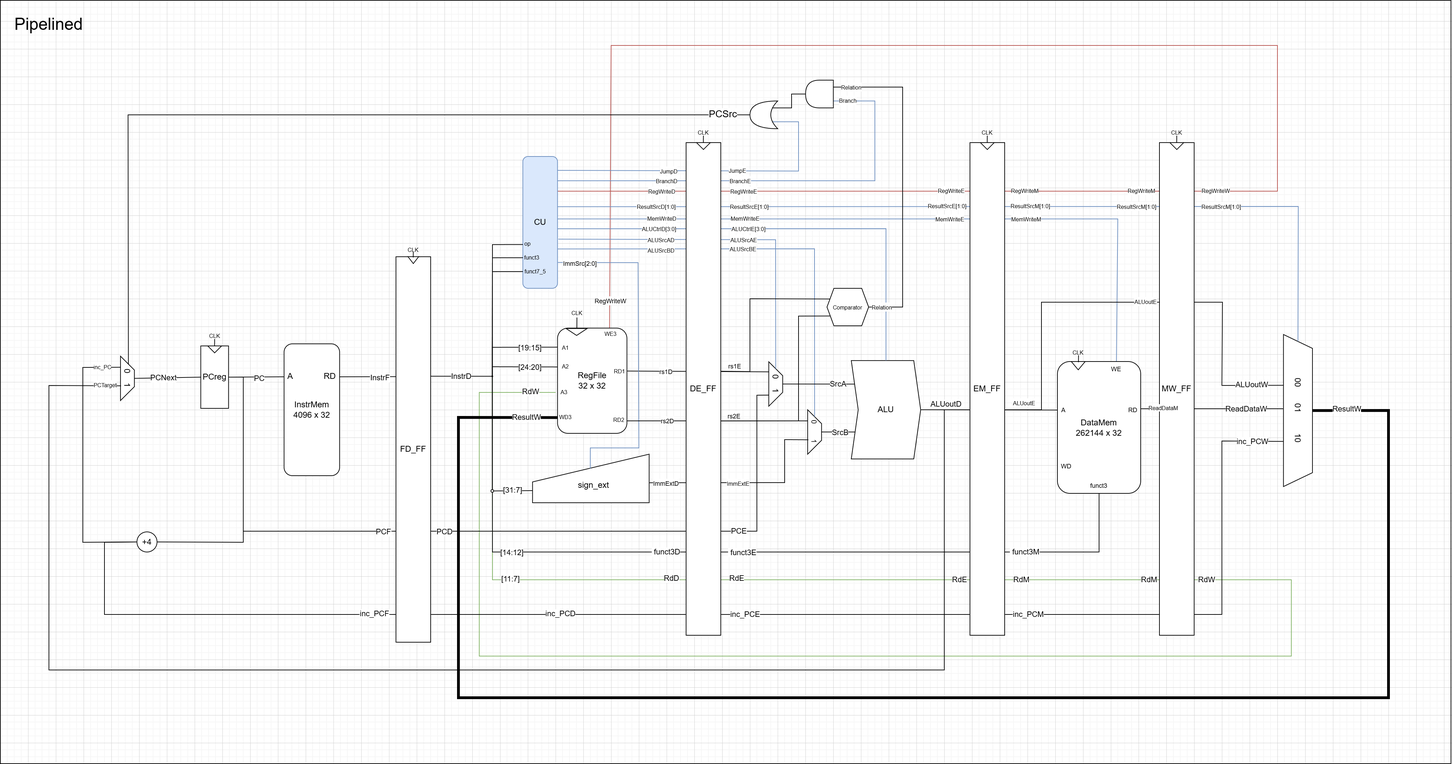
Above: images/RISCV_pipelined.png in Abeeekoala/IAC-Team-12 (draw.io), before the change. Source tidied: cells renumbered, new cells last; positions are measured from the earlier drawing's top-left corner, leaving out a move shared by most shapes.
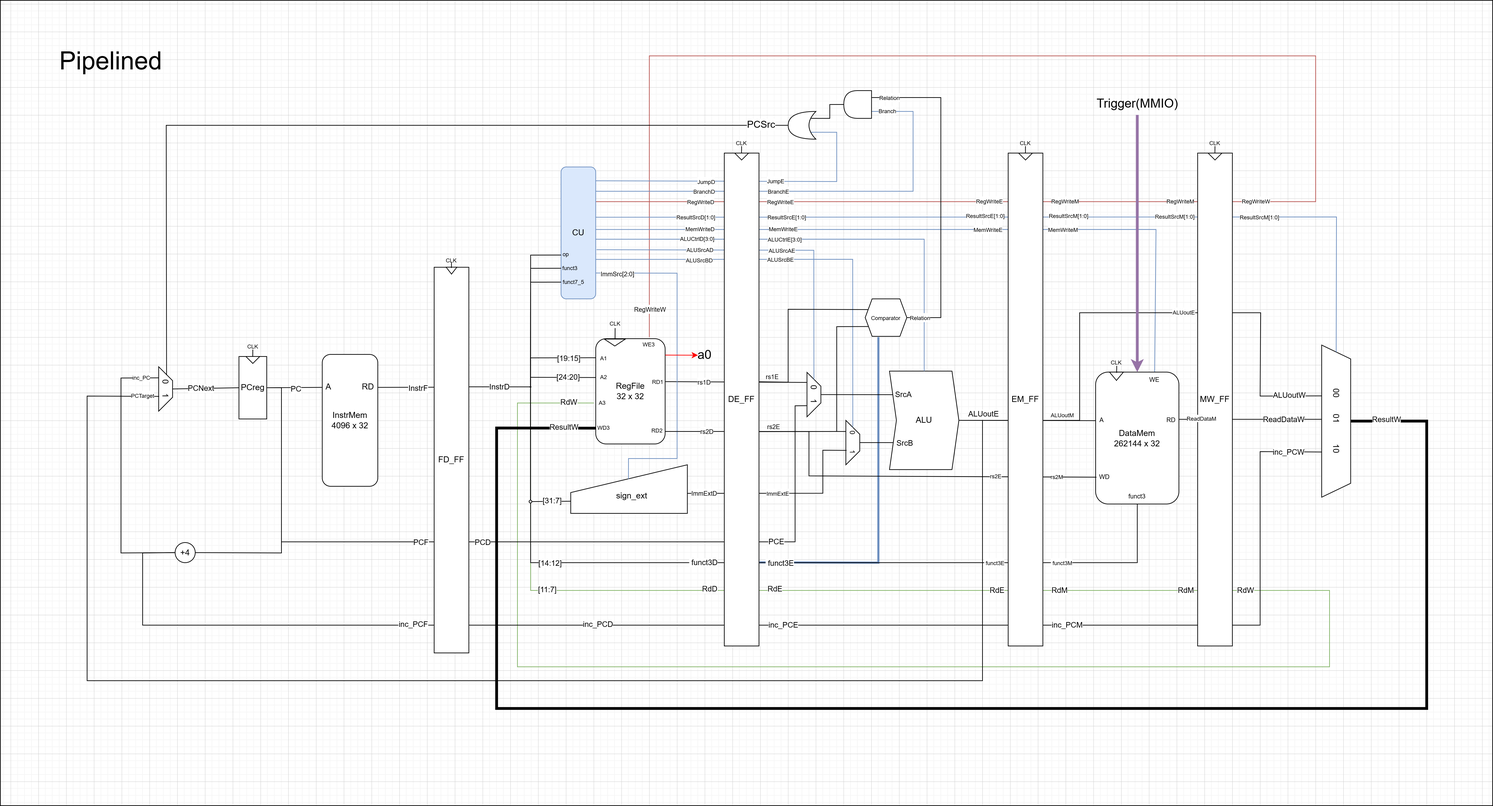
Above is the later version.

Commit message:
update single cycle design diagram, upload pipelined w/ and w/o hazard design

The edit, as a diff of the source:
```diff
@@ -2,9 +2,18 @@
   <root>
     <mxCell id="0" />
     <mxCell id="1" parent="0" />
-    <mxCell id="2" style="rounded=0;whiteSpace=wrap;html=1;fillColor=none;" parent="1" vertex="1">
-      <mxGeometry width="2090" height="1100" as="geometry" />
-    </mxCell>
+    <mxCell id="196" style="rounded=0;whiteSpace=wrap;html=1;fillColor=none;" parent="1" vertex="1">
+      <mxGeometry x="-55" y="-15" width="2150" height="1160" as="geometry" />
+    </mxCell>
+    <mxCell id="197" style="endArrow=none;html=1;rounded=0;exitX=1.013;exitY=0.829;exitDx=0;exitDy=0;exitPerimeter=0;fillColor=#dae8fc;strokeColor=#6c8ebf;strokeWidth=3;" parent="1" edge="1">
+      <mxGeometry relative="1" as="geometry">
+        <mxPoint x="1038.7" y="794.6" as="sourcePoint" />
+        <mxPoint x="1210" y="470" as="targetPoint" />
+        <Array as="points">
+          <mxPoint x="1210" y="795" />
+        </Array>
+      </mxGeometry>
+    </mxCell>
     <mxCell id="3" style="endArrow=none;html=1;rounded=0;entryX=0.5;entryY=1;entryDx=0;entryDy=0;fillColor=#d5e8d4;strokeColor=#82b366;" parent="1" edge="1" target="64">
       <mxGeometry relative="1" as="geometry">
         <mxPoint x="800" y="565" as="sourcePoint" />
@@ -81,8 +90,9 @@
         <mxPoint x="1" y="3" as="offset" />
       </mxGeometry>
     </mxCell>
-    <mxCell id="17" style="endArrow=none;html=1;rounded=0;entryX=1;entryY=0.263;entryDx=0;entryDy=0;entryPerimeter=0;fillColor=#f8cecc;strokeColor=#b85450;exitX=0.75;exitY=0;exitDx=0;exitDy=0;" parent="1" edge="1" source="183" target="154">
+    <mxCell id="17" style="endArrow=none;html=1;rounded=0;entryX=1;entryY=0.263;entryDx=0;entryDy=0;entryPerimeter=0;fillColor=#f8cecc;strokeColor=#b85450;" parent="1" edge="1" target="154">
       <mxGeometry relative="1" as="geometry">
+        <mxPoint x="880" y="470" as="sourcePoint" />
         <Array as="points">
           <mxPoint x="880" y="65" />
           <mxPoint x="1840" y="65" />
@@ -186,9 +196,9 @@
         <mxPoint x="40" as="offset" />
       </mxGeometry>
     </mxCell>
-    <mxCell id="35" value="&amp;nbsp;funct3M" style="edgeLabel;html=1;align=center;verticalAlign=middle;" parent="32" vertex="1">
+    <mxCell id="35" value="&lt;font style=&quot;font-size: 8px;&quot;&gt;&amp;nbsp;funct3M&lt;/font&gt;" style="edgeLabel;html=1;align=center;verticalAlign=middle;" parent="32" vertex="1">
       <mxGeometry x="0.67" y="1" relative="1" as="geometry">
-        <mxPoint x="4" as="offset" />
+        <mxPoint x="1" as="offset" />
       </mxGeometry>
     </mxCell>
     <mxCell id="36" value="[14:12]" style="edgeLabel;html=1;align=center;verticalAlign=middle;" parent="32" vertex="1">
@@ -196,6 +206,11 @@
         <mxPoint x="2" as="offset" />
       </mxGeometry>
     </mxCell>
+    <mxCell id="198" value="&lt;span style=&quot;font-size: 8px;&quot;&gt;&amp;nbsp;funct3E&lt;/span&gt;" style="edgeLabel;html=1;align=center;verticalAlign=middle;" parent="32" vertex="1">
+      <mxGeometry x="0.52" y="1" relative="1" as="geometry">
+        <mxPoint x="2" as="offset" />
+      </mxGeometry>
+    </mxCell>
     <mxCell id="37" style="endArrow=none;html=1;rounded=0;entryX=1.006;entryY=0.408;entryDx=0;entryDy=0;entryPerimeter=0;exitX=0.226;exitY=0.992;exitDx=0;exitDy=0;exitPerimeter=0;" parent="1" edge="1" source="84" target="183">
       <mxGeometry relative="1" as="geometry" />
     </mxCell>
@@ -317,7 +332,7 @@
         <Array as="points">
           <mxPoint x="850" y="645" />
           <mxPoint x="920" y="645" />
-          <mxPoint x="918.8" y="378" />
+          <mxPoint x="920" y="378" />
         </Array>
       </mxGeometry>
     </mxCell>
@@ -451,7 +466,7 @@
     </mxCell>
     <mxCell id="93" value="SrcA" style="edgeLabel;html=1;align=center;verticalAlign=middle;" parent="92" vertex="1">
       <mxGeometry x="0.13" y="1" relative="1" as="geometry">
-        <mxPoint x="21" as="offset" />
+        <mxPoint x="60" as="offset" />
       </mxGeometry>
     </mxCell>
     <mxCell id="94" style="endArrow=none;html=1;rounded=0;exitX=0.5;exitY=0;exitDx=0;exitDy=0;entryX=0.057;entryY=0.726;entryDx=0;entryDy=0;entryPerimeter=0;" parent="1" edge="1" source="74" target="41">
@@ -459,7 +474,7 @@
     </mxCell>
     <mxCell id="95" value="SrcB" style="edgeLabel;html=1;align=center;verticalAlign=middle;" parent="94" vertex="1">
       <mxGeometry x="-0.1" y="2" relative="1" as="geometry">
-        <mxPoint x="3" y="2" as="offset" />
+        <mxPoint x="41" y="2" as="offset" />
       </mxGeometry>
     </mxCell>
     <mxCell id="96" style="endArrow=none;html=1;rounded=0;exitX=0.988;exitY=0.548;exitDx=0;exitDy=0;exitPerimeter=0;entryX=0.5;entryY=0;entryDx=0;entryDy=0;fillColor=#dae8fc;strokeColor=#6c8ebf;" parent="1" edge="1" source="154" target="41">
@@ -482,7 +497,7 @@
     <mxCell id="99" style="endArrow=none;html=1;rounded=0;exitX=1;exitY=0.5;exitDx=0;exitDy=0;entryX=0.001;entryY=0.368;entryDx=0;entryDy=0;entryPerimeter=0;" parent="1" edge="1" source="41" target="145">
       <mxGeometry relative="1" as="geometry" />
     </mxCell>
-    <mxCell id="100" value="ALUoutD&amp;nbsp;" style="edgeLabel;html=1;align=center;verticalAlign=middle;" parent="99" vertex="1">
+    <mxCell id="100" value="ALUoutE&amp;nbsp;" style="edgeLabel;html=1;align=center;verticalAlign=middle;" parent="99" vertex="1">
       <mxGeometry x="-0.31" y="-1" relative="1" as="geometry">
         <mxPoint x="-32" y="-11" as="offset" />
       </mxGeometry>
@@ -589,9 +604,9 @@
         <mxPoint x="-9" y="2" as="offset" />
       </mxGeometry>
     </mxCell>
-    <mxCell id="120" value="&lt;font style=&quot;font-size: 8px;&quot;&gt;ALUoutE&lt;/font&gt;" style="edgeLabel;html=1;align=center;verticalAlign=middle;" parent="118" vertex="1">
+    <mxCell id="120" value="&lt;font style=&quot;font-size: 8px;&quot;&gt;ALUoutM&lt;/font&gt;" style="edgeLabel;html=1;align=center;verticalAlign=middle;" parent="118" vertex="1">
       <mxGeometry x="-0.61" y="1" relative="1" as="geometry">
-        <mxPoint x="-7" y="-10" as="offset" />
+        <mxPoint x="-7" y="-8" as="offset" />
       </mxGeometry>
     </mxCell>
     <mxCell id="121" value="&lt;font style=&quot;font-size: 8px;&quot;&gt;ALUoutE&lt;/font&gt;" style="edgeLabel;html=1;align=center;verticalAlign=middle;" parent="118" vertex="1">
@@ -805,26 +820,6 @@
         <mxPoint x="1" as="offset" />
       </mxGeometry>
     </mxCell>
-    <mxCell id="170" style="group;" parent="1" vertex="1">
-      <mxGeometry x="1397" y="185" width="50" height="840" as="geometry" />
-    </mxCell>
-    <mxCell id="171" value="EM_FF" style="rounded=0;whiteSpace=wrap;html=1;" parent="170" vertex="1">
-      <mxGeometry y="20" width="50" height="710" as="geometry" />
-    </mxCell>
-    <mxCell id="172" style="group;" parent="170" vertex="1">
-      <mxGeometry x="15" width="20" height="30" as="geometry" />
-    </mxCell>
-    <mxCell id="173" style="triangle;whiteSpace=wrap;html=1;rotation=90;" parent="172" vertex="1">
-      <mxGeometry x="5" y="15" width="10" height="20" as="geometry" />
-    </mxCell>
-    <mxCell id="174" style="endArrow=none;html=1;rounded=0;" parent="172" edge="1" target="175">
-      <mxGeometry relative="1" as="geometry">
-        <mxPoint x="9.9" y="20" as="sourcePoint" />
-      </mxGeometry>
-    </mxCell>
-    <mxCell id="175" value="&lt;font style=&quot;font-size: 8px;&quot;&gt;CLK&lt;/font&gt;" style="text;html=1;align=center;verticalAlign=middle;whiteSpace=wrap;rounded=0;" parent="172" vertex="1">
-      <mxGeometry width="20" height="10" as="geometry" />
-    </mxCell>
     <mxCell id="176" style="group;" parent="1" vertex="1">
       <mxGeometry x="1670" y="185" width="60" height="840" as="geometry" />
     </mxCell>
@@ -900,8 +895,60 @@
         </Array>
       </mxGeometry>
     </mxCell>
-    <mxCell id="195" value="&lt;font style=&quot;font-size: 24px;&quot;&gt;Pipelined&lt;/font&gt;" style="text;html=1;align=center;verticalAlign=middle;whiteSpace=wrap;rounded=0;" parent="1" vertex="1">
-      <mxGeometry x="40" y="20" width="60" height="30" as="geometry" />
+    <mxCell id="195" value="&lt;font style=&quot;font-size: 36px;&quot;&gt;Pipelined&lt;/font&gt;" style="text;html=1;align=center;verticalAlign=middle;whiteSpace=wrap;rounded=0;" parent="1" vertex="1">
+      <mxGeometry x="29" y="57" width="151" height="30" as="geometry" />
     </mxCell>
+    <mxCell id="199" style="endArrow=none;html=1;rounded=0;entryX=0.01;entryY=0.797;entryDx=0;entryDy=0;entryPerimeter=0;exitX=1.007;exitY=0.565;exitDx=0;exitDy=0;exitPerimeter=0;" parent="1" edge="1" source="138" target="145">
+      <mxGeometry relative="1" as="geometry">
+        <Array as="points">
+          <mxPoint x="1110" y="606" />
+          <mxPoint x="1110" y="670" />
+        </Array>
+      </mxGeometry>
+    </mxCell>
+    <mxCell id="200" value="&lt;font style=&quot;font-size: 8px;&quot;&gt;rs2E&lt;/font&gt;" style="edgeLabel;html=1;align=center;verticalAlign=middle;" parent="199" vertex="1">
+      <mxGeometry x="0.46" y="1" relative="1" as="geometry">
+        <mxPoint x="3" y="-1" as="offset" />
+      </mxGeometry>
+    </mxCell>
+    <mxCell id="201" value="&lt;font style=&quot;font-size: 8px;&quot;&gt;rs2M&lt;/font&gt;" style="edgeLabel;html=1;align=center;verticalAlign=middle;" parent="199" vertex="1">
+      <mxGeometry x="0.79" y="2" relative="1" as="geometry">
+        <mxPoint x="-1" as="offset" />
+      </mxGeometry>
+    </mxCell>
+    <mxCell id="170" style="group;" parent="1" vertex="1">
+      <mxGeometry x="1397" y="185" width="50" height="840" as="geometry" />
+    </mxCell>
+    <mxCell id="171" value="EM_FF" style="rounded=0;whiteSpace=wrap;html=1;" parent="170" vertex="1">
+      <mxGeometry y="20" width="50" height="710" as="geometry" />
+    </mxCell>
+    <mxCell id="172" style="group;" parent="170" vertex="1">
+      <mxGeometry x="15" width="20" height="30" as="geometry" />
+    </mxCell>
+    <mxCell id="173" style="triangle;whiteSpace=wrap;html=1;rotation=90;" parent="172" vertex="1">
+      <mxGeometry x="5" y="15" width="10" height="20" as="geometry" />
+    </mxCell>
+    <mxCell id="174" style="endArrow=none;html=1;rounded=0;" parent="172" edge="1" target="175">
+      <mxGeometry relative="1" as="geometry">
+        <mxPoint x="9.9" y="20" as="sourcePoint" />
+      </mxGeometry>
+    </mxCell>
+    <mxCell id="175" value="&lt;font style=&quot;font-size: 8px;&quot;&gt;CLK&lt;/font&gt;" style="text;html=1;align=center;verticalAlign=middle;whiteSpace=wrap;rounded=0;" parent="172" vertex="1">
+      <mxGeometry width="20" height="10" as="geometry" />
+    </mxCell>
+    <mxCell id="202" style="endArrow=classic;html=1;rounded=0;entryX=0.5;entryY=0;entryDx=0;entryDy=0;strokeWidth=4;fillColor=#e1d5e7;strokeColor=#9673a6;" parent="1" edge="1" target="145">
+      <mxGeometry relative="1" as="geometry">
+        <mxPoint x="1583" y="150" as="sourcePoint" />
+      </mxGeometry>
+    </mxCell>
+    <mxCell id="203" value="&lt;font style=&quot;font-size: 18px;&quot;&gt;Trigger(MMIO)&lt;/font&gt;" style="text;html=1;align=center;verticalAlign=middle;whiteSpace=wrap;rounded=0;" parent="1" vertex="1">
+      <mxGeometry x="1564.5" y="129.5" width="37" height="9" as="geometry" />
+    </mxCell>
+    <mxCell id="204" value="&lt;font style=&quot;font-size: 18px;&quot;&gt;a0&lt;/font&gt;" style="text;html=1;align=center;verticalAlign=middle;whiteSpace=wrap;rounded=0;" parent="1" vertex="1">
+      <mxGeometry x="950" y="487.6" width="20" height="17.2" as="geometry" />
+    </mxCell>
+    <mxCell id="205" style="endArrow=classic;html=1;rounded=0;entryX=0;entryY=0.5;entryDx=0;entryDy=0;exitX=1.002;exitY=0.156;exitDx=0;exitDy=0;exitPerimeter=0;strokeColor=#ff0000;" parent="1" edge="1" source="183" target="204">
+      <mxGeometry relative="1" as="geometry" />
+    </mxCell>
   </root>
 </mxGraphModel>
```
